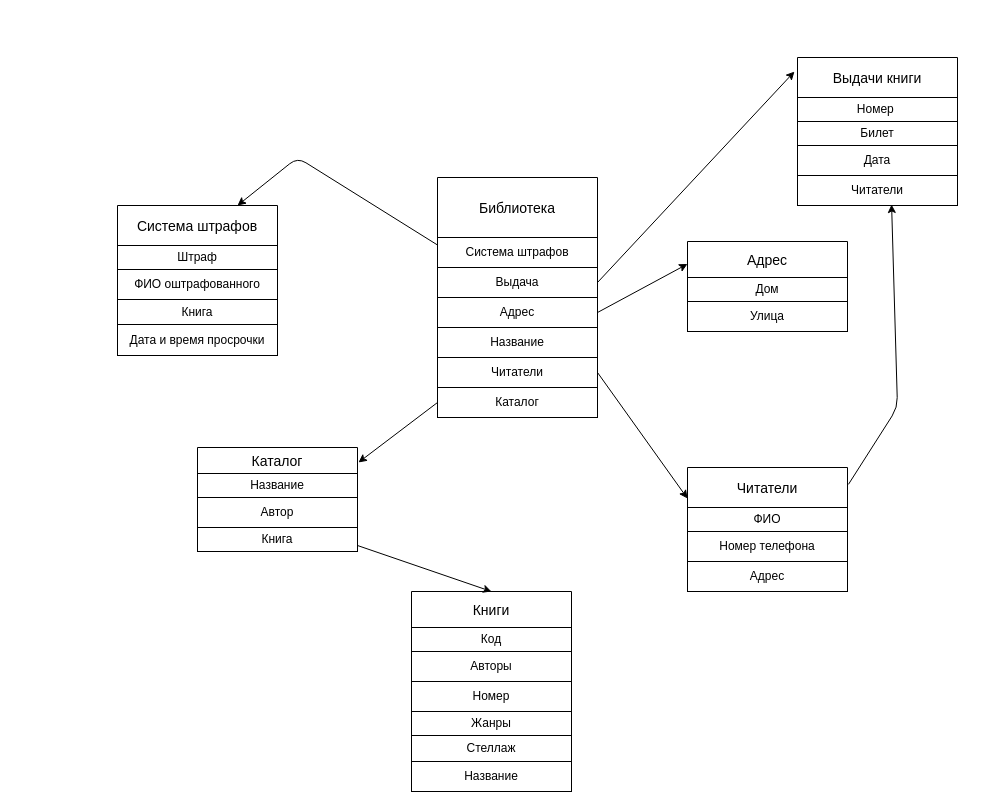
Earlier version of the draw.io diagram Лошаков/Untitled Diagram.drawio (LoskakovSergey915/tasks_915). Source tidied: cells renumbered, new cells numbered last; positions are measured from the earlier drawing's top-left corner, leaving out a move shared by most shapes. Both pictures are drawn from the tidied source at 100%, with x=0, y=0 at pixel (117, 57).
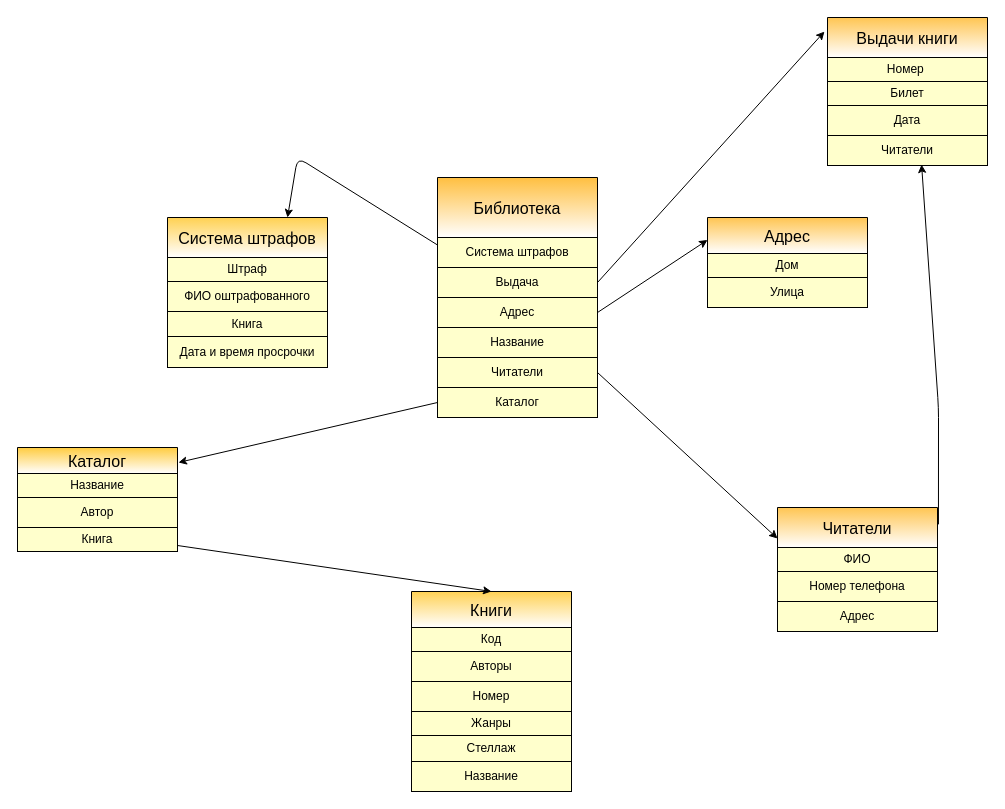
The same page after the edit.

Change to the diagram source:
```diff
@@
+    <mxCell id="46" parent="0" />
@@
-    <mxCell id="2" value="Читатели" style="swimlane;fontStyle=0;horizontal=1;startSize=40;align=center;fontSize=14;" parent="1" vertex="1">
-      <mxGeometry x="570" y="410" width="160" height="124" as="geometry" />
+    <mxCell id="2" value="Читатели" style="swimlane;fontStyle=0;horizontal=1;startSize=40;align=center;fontSize=16;gradientDirection=north;gradientColor=#FFC552;" parent="1" vertex="1">
+      <mxGeometry x="660" y="450" width="160" height="124" as="geometry" />
     </mxCell>
@@
-    <mxCell id="4" value="ФИО" style="rounded=0;whiteSpace=wrap;html=1;fontFamily=Helvetica;" parent="2" vertex="1">
+    <mxCell id="4" value="ФИО" style="rounded=0;whiteSpace=wrap;html=1;fontFamily=Helvetica;fillColor=#FFFFCC;" parent="2" vertex="1">
       <mxGeometry y="40" width="160" height="24" as="geometry" />
     </mxCell>
-    <mxCell id="5" value="Номер телефона" style="rounded=0;whiteSpace=wrap;html=1;fontFamily=Helvetica;" parent="2" vertex="1">
+    <mxCell id="5" value="Номер телефона" style="rounded=0;whiteSpace=wrap;html=1;fontFamily=Helvetica;fillColor=#FFFFCC;" parent="2" vertex="1">
       <mxGeometry y="64" width="160" height="30" as="geometry" />
     </mxCell>
-    <mxCell id="6" value="Адрес" style="rounded=0;whiteSpace=wrap;html=1;fontFamily=Helvetica;" parent="2" vertex="1">
+    <mxCell id="6" value="Адрес" style="rounded=0;whiteSpace=wrap;html=1;fontFamily=Helvetica;fillColor=#FFFFCC;" parent="2" vertex="1">
       <mxGeometry y="94" width="160" height="30" as="geometry" />
     </mxCell>
-    <mxCell id="7" value="Каталог" style="swimlane;fontStyle=0;horizontal=1;startSize=26;align=center;fontSize=14;" parent="1" vertex="1">
-      <mxGeometry x="80" y="390" width="160" height="104" as="geometry" />
+    <mxCell id="7" value="Каталог" style="swimlane;fontStyle=0;horizontal=1;startSize=26;align=center;fontSize=16;gradientDirection=north;gradientColor=#FFCC40;" parent="1" vertex="1">
+      <mxGeometry x="-100" y="390" width="160" height="104" as="geometry" />
     </mxCell>
-    <mxCell id="8" value="Название" style="rounded=0;whiteSpace=wrap;html=1;fontFamily=Helvetica;" parent="7" vertex="1">
+    <mxCell id="8" value="Название" style="rounded=0;whiteSpace=wrap;html=1;fontFamily=Helvetica;fillColor=#FFFFCC;" parent="7" vertex="1">
       <mxGeometry y="26" width="160" height="24" as="geometry" />
     </mxCell>
-    <mxCell id="9" value="Автор" style="rounded=0;whiteSpace=wrap;html=1;fontFamily=Helvetica;" parent="7" vertex="1">
+    <mxCell id="9" value="Автор" style="rounded=0;whiteSpace=wrap;html=1;fontFamily=Helvetica;fillColor=#FFFFCC;" parent="7" vertex="1">
       <mxGeometry y="50" width="160" height="30" as="geometry" />
     </mxCell>
-    <mxCell id="10" value="Книга" style="rounded=0;whiteSpace=wrap;html=1;fontFamily=Helvetica;" parent="7" vertex="1">
+    <mxCell id="10" value="Книга" style="rounded=0;whiteSpace=wrap;html=1;fontFamily=Helvetica;fillColor=#FFFFCC;" parent="7" vertex="1">
       <mxGeometry y="80" width="160" height="24" as="geometry" />
     </mxCell>
-    <mxCell id="11" value="Выдачи книги" style="swimlane;fontStyle=0;horizontal=1;startSize=40;align=center;fontSize=14;" parent="1" vertex="1">
-      <mxGeometry x="680" width="160" height="148" as="geometry" />
+    <mxCell id="11" value="Выдачи книги" style="swimlane;fontStyle=0;horizontal=1;startSize=40;align=center;fontSize=16;gradientDirection=north;gradientColor=#FFC552;" parent="1" vertex="1">
+      <mxGeometry x="710" y="-40" width="160" height="148" as="geometry" />
     </mxCell>
-    <mxCell id="12" value="Номер&amp;nbsp;" style="rounded=0;whiteSpace=wrap;html=1;fontFamily=Helvetica;" parent="11" vertex="1">
+    <mxCell id="12" value="Номер&amp;nbsp;" style="rounded=0;whiteSpace=wrap;html=1;fontFamily=Helvetica;fillColor=#FFFFCC;" parent="11" vertex="1">
       <mxGeometry y="40" width="160" height="24" as="geometry" />
     </mxCell>
-    <mxCell id="13" value="Билет" style="rounded=0;whiteSpace=wrap;html=1;fontFamily=Helvetica;" parent="11" vertex="1">
+    <mxCell id="13" value="Билет" style="rounded=0;whiteSpace=wrap;html=1;fontFamily=Helvetica;fillColor=#FFFFCC;" parent="11" vertex="1">
       <mxGeometry y="64" width="160" height="24" as="geometry" />
     </mxCell>
-    <mxCell id="14" value="Дата" style="rounded=0;whiteSpace=wrap;html=1;fontFamily=Helvetica;" parent="11" vertex="1">
+    <mxCell id="14" value="Дата" style="rounded=0;whiteSpace=wrap;html=1;fontFamily=Helvetica;fillColor=#FFFFCC;" parent="11" vertex="1">
       <mxGeometry y="88" width="160" height="30" as="geometry" />
     </mxCell>
-    <mxCell id="15" value="Читатели" style="rounded=0;whiteSpace=wrap;html=1;fontFamily=Helvetica;" parent="11" vertex="1">
+    <mxCell id="15" value="Читатели" style="rounded=0;whiteSpace=wrap;html=1;fontFamily=Helvetica;fillColor=#FFFFCC;" parent="11" vertex="1">
       <mxGeometry y="118" width="160" height="30" as="geometry" />
     </mxCell>
     <mxCell id="16" style="endArrow=classic;html=1;fontFamily=Helvetica;exitX=1.006;exitY=0.136;exitDx=0;exitDy=0;exitPerimeter=0;entryX=0.588;entryY=0.967;entryDx=0;entryDy=0;entryPerimeter=0;" parent="1" edge="1" source="2" target="15">
       <mxGeometry relative="1" as="geometry">
         <Array as="points">
-          <mxPoint x="780" y="350" />
+          <mxPoint x="821" y="350" />
         </Array>
       </mxGeometry>
     </mxCell>
-    <mxCell id="17" value="Библиотека" style="swimlane;fontStyle=0;horizontal=1;startSize=60;align=center;fontSize=14;" parent="1" vertex="1">
+    <mxCell id="17" value="Библиотека" style="swimlane;fontStyle=0;horizontal=1;startSize=60;align=center;fontSize=16;gradientDirection=north;gradientColor=#FFBF40;" parent="1" vertex="1">
       <mxGeometry x="320" y="120" width="160" height="240" as="geometry" />
     </mxCell>
-    <mxCell id="18" value="Система штрафов" style="rounded=0;whiteSpace=wrap;html=1;fontFamily=Helvetica;" parent="17" vertex="1">
+    <mxCell id="18" value="Система штрафов" style="rounded=0;whiteSpace=wrap;html=1;fontFamily=Helvetica;fillColor=#FFFFCC;" parent="17" vertex="1">
       <mxGeometry y="60" width="160" height="30" as="geometry" />
     </mxCell>
-    <mxCell id="19" value="Выдача" style="rounded=0;whiteSpace=wrap;html=1;fontFamily=Helvetica;" parent="17" vertex="1">
+    <mxCell id="19" value="Выдача" style="rounded=0;whiteSpace=wrap;html=1;fontFamily=Helvetica;fillColor=#FFFFCC;" parent="17" vertex="1">
       <mxGeometry y="90" width="160" height="30" as="geometry" />
     </mxCell>
-    <mxCell id="20" value="Адрес" style="rounded=0;whiteSpace=wrap;html=1;fontFamily=Helvetica;" parent="17" vertex="1">
+    <mxCell id="20" value="Адрес" style="rounded=0;whiteSpace=wrap;html=1;fontFamily=Helvetica;fillColor=#FFFFCC;" parent="17" vertex="1">
       <mxGeometry y="120" width="160" height="30" as="geometry" />
     </mxCell>
-    <mxCell id="21" value="Название" style="rounded=0;whiteSpace=wrap;html=1;fontFamily=Helvetica;" parent="17" vertex="1">
+    <mxCell id="21" value="Название" style="rounded=0;whiteSpace=wrap;html=1;fontFamily=Helvetica;fillColor=#FFFFCC;" parent="17" vertex="1">
       <mxGeometry y="150" width="160" height="30" as="geometry" />
     </mxCell>
-    <mxCell id="22" value="Читатели" style="rounded=0;whiteSpace=wrap;html=1;fontFamily=Helvetica;" parent="17" vertex="1">
+    <mxCell id="22" value="Читатели" style="rounded=0;whiteSpace=wrap;html=1;fontFamily=Helvetica;fillColor=#FFFFCC;" parent="17" vertex="1">
       <mxGeometry y="180" width="160" height="30" as="geometry" />
     </mxCell>
-    <mxCell id="23" value="Каталог" style="rounded=0;whiteSpace=wrap;html=1;fontFamily=Helvetica;" parent="17" vertex="1">
+    <mxCell id="23" value="Каталог" style="rounded=0;whiteSpace=wrap;html=1;fontFamily=Helvetica;fillColor=#FFFFCC;" parent="17" vertex="1">
       <mxGeometry y="210" width="160" height="30" as="geometry" />
     </mxCell>
@@
-    <mxCell id="30" value="Адрес" style="swimlane;fontStyle=0;horizontal=1;startSize=36;align=center;fontSize=14;" parent="1" vertex="1">
-      <mxGeometry x="570" y="184" width="160" height="90" as="geometry" />
+    <mxCell id="30" value="Адрес" style="swimlane;fontStyle=0;horizontal=1;startSize=36;align=center;fontSize=16;gradientDirection=north;gradientColor=#FFC552;" parent="1" vertex="1">
+      <mxGeometry x="590" y="160" width="160" height="90" as="geometry" />
     </mxCell>
-    <mxCell id="31" value="Дом" style="rounded=0;whiteSpace=wrap;html=1;fontFamily=Helvetica;" parent="30" vertex="1">
+    <mxCell id="31" value="Дом" style="rounded=0;whiteSpace=wrap;html=1;fontFamily=Helvetica;fillColor=#FFFFCC;" parent="30" vertex="1">
       <mxGeometry y="36" width="160" height="24" as="geometry" />
     </mxCell>
-    <mxCell id="32" value="Улица" style="rounded=0;whiteSpace=wrap;html=1;fontFamily=Helvetica;" parent="30" vertex="1">
+    <mxCell id="32" value="Улица" style="rounded=0;whiteSpace=wrap;html=1;fontFamily=Helvetica;fillColor=#FFFFCC;" parent="30" vertex="1">
       <mxGeometry y="60" width="160" height="30" as="geometry" />
     </mxCell>
-    <mxCell id="33" value="Система штрафов" style="swimlane;fontStyle=0;horizontal=1;startSize=40;align=center;fontSize=14;" parent="1" vertex="1">
-      <mxGeometry y="148" width="160" height="150" as="geometry" />
+    <mxCell id="33" value="Система штрафов" style="swimlane;fontStyle=0;horizontal=1;startSize=40;align=center;fontSize=16;gradientDirection=north;gradientColor=#FFD152;" parent="1" vertex="1">
+      <mxGeometry x="50" y="160" width="160" height="150" as="geometry" />
     </mxCell>
-    <mxCell id="34" value="Штраф" style="rounded=0;whiteSpace=wrap;html=1;fontFamily=Helvetica;" parent="33" vertex="1">
+    <mxCell id="34" value="Штраф" style="rounded=0;whiteSpace=wrap;html=1;fontFamily=Helvetica;fillColor=#FFFFCC;" parent="33" vertex="1">
       <mxGeometry y="40" width="160" height="24" as="geometry" />
     </mxCell>
-    <mxCell id="35" value="ФИО оштрафованного" style="rounded=0;whiteSpace=wrap;html=1;fontFamily=Helvetica;" parent="33" vertex="1">
+    <mxCell id="35" value="ФИО оштрафованного" style="rounded=0;whiteSpace=wrap;html=1;fontFamily=Helvetica;fillColor=#FFFFCC;" parent="33" vertex="1">
       <mxGeometry y="64" width="160" height="30" as="geometry" />
     </mxCell>
-    <mxCell id="36" value="Книга" style="rounded=0;whiteSpace=wrap;html=1;fontFamily=Helvetica;" parent="33" vertex="1">
+    <mxCell id="36" value="Книга" style="rounded=0;whiteSpace=wrap;html=1;fontFamily=Helvetica;fillColor=#FFFFCC;" parent="33" vertex="1">
       <mxGeometry y="94" width="160" height="25" as="geometry" />
     </mxCell>
-    <mxCell id="37" value="Дата и время просрочки" style="rounded=0;whiteSpace=wrap;html=1;fontFamily=Helvetica;" parent="33" vertex="1">
+    <mxCell id="37" value="Дата и время просрочки" style="rounded=0;whiteSpace=wrap;html=1;fontFamily=Helvetica;fillColor=#FFFFCC;" parent="33" vertex="1">
       <mxGeometry y="119" width="160" height="31" as="geometry" />
     </mxCell>
-    <mxCell id="38" value="Книги" style="swimlane;fontStyle=0;horizontal=1;startSize=36;align=center;fontSize=14;" parent="1" vertex="1">
+    <mxCell id="38" value="Книги" style="swimlane;fontStyle=0;horizontal=1;startSize=36;align=center;fontSize=16;gradientDirection=north;gradientColor=#FFD154;" parent="1" vertex="1">
       <mxGeometry x="294" y="534" width="160" height="200" as="geometry" />
     </mxCell>
-    <mxCell id="39" value="Код" style="rounded=0;whiteSpace=wrap;html=1;fontFamily=Helvetica;" parent="38" vertex="1">
+    <mxCell id="39" value="Код" style="rounded=0;whiteSpace=wrap;html=1;fontFamily=Helvetica;fillColor=#FFFFCC;" parent="38" vertex="1">
       <mxGeometry y="36" width="160" height="24" as="geometry" />
     </mxCell>
-    <mxCell id="40" value="Авторы" style="rounded=0;whiteSpace=wrap;html=1;fontFamily=Helvetica;" parent="38" vertex="1">
+    <mxCell id="40" value="Авторы" style="rounded=0;whiteSpace=wrap;html=1;fontFamily=Helvetica;fillColor=#FFFFCC;" parent="38" vertex="1">
       <mxGeometry y="60" width="160" height="30" as="geometry" />
     </mxCell>
-    <mxCell id="41" value="Номер" style="rounded=0;whiteSpace=wrap;html=1;fontFamily=Helvetica;" parent="38" vertex="1">
+    <mxCell id="41" value="Номер" style="rounded=0;whiteSpace=wrap;html=1;fontFamily=Helvetica;fillColor=#FFFFCC;" parent="38" vertex="1">
       <mxGeometry y="90" width="160" height="30" as="geometry" />
     </mxCell>
-    <mxCell id="42" value="Жанры" style="rounded=0;whiteSpace=wrap;html=1;fontFamily=Helvetica;" parent="38" vertex="1">
+    <mxCell id="42" value="Жанры" style="rounded=0;whiteSpace=wrap;html=1;fontFamily=Helvetica;fillColor=#FFFFCC;" parent="38" vertex="1">
       <mxGeometry y="120" width="160" height="24" as="geometry" />
     </mxCell>
-    <mxCell id="43" value="Стеллаж" style="rounded=0;whiteSpace=wrap;html=1;fontFamily=Helvetica;" parent="38" vertex="1">
+    <mxCell id="43" value="Стеллаж" style="rounded=0;whiteSpace=wrap;html=1;fontFamily=Helvetica;fillColor=#FFFFCC;" parent="38" vertex="1">
       <mxGeometry y="144" width="160" height="26" as="geometry" />
     </mxCell>
-    <mxCell id="44" value="Название" style="rounded=0;whiteSpace=wrap;html=1;fontFamily=Helvetica;" parent="38" vertex="1">
+    <mxCell id="44" value="Название" style="rounded=0;whiteSpace=wrap;html=1;fontFamily=Helvetica;fillColor=#FFFFCC;" parent="38" vertex="1">
       <mxGeometry y="170" width="160" height="30" as="geometry" />
     </mxCell>
```
